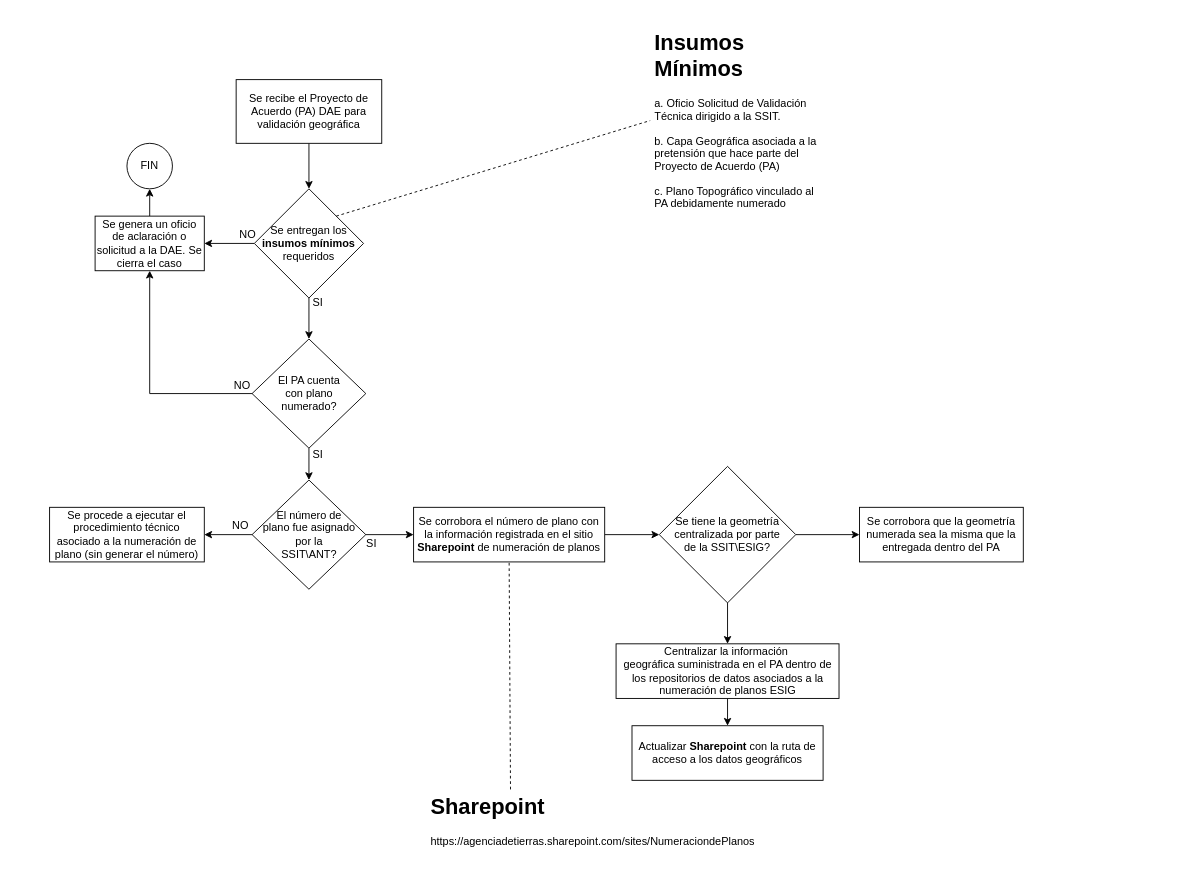
rjsaby/FlujoProcesos keeps this draw.io diagram as FPValidacionProyectosAcuerdo.drawio. Above is the earlier version. Source tidied: cells renumbered, new cells numbered last; positions are measured from the earlier drawing's top-left corner, leaving out a move shared by most shapes. Both pictures are drawn from the tidied source at 91%, with x=0, y=0 at pixel (49, 25).
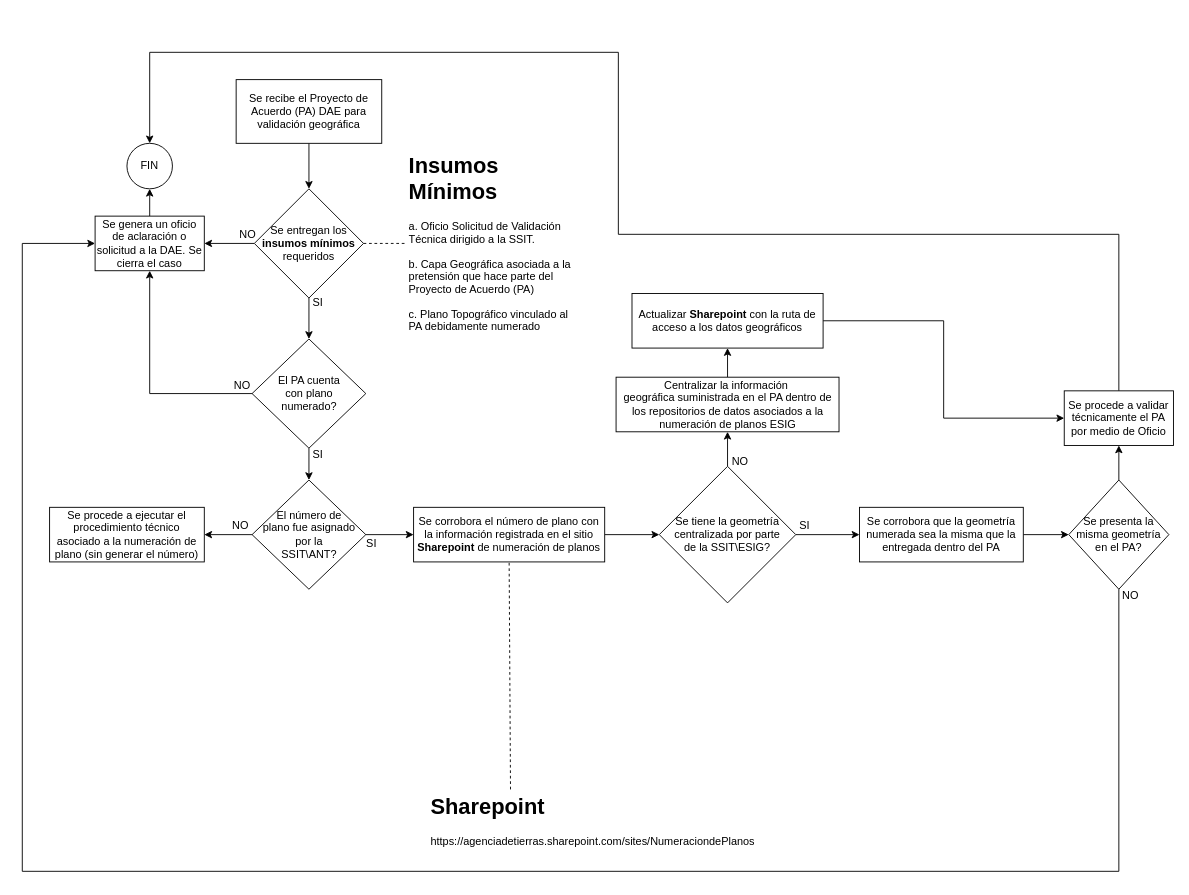
After the change.

Unchanged cells that the change refers to:
```xml
<mxCell id="6" value="Se entregan los &lt;b&gt;insumos mínimos &lt;/b&gt;requeridos" style="rhombus;whiteSpace=wrap;html=1;" parent="1" vertex="1">
  <mxGeometry x="225" y="180" width="120" height="120" as="geometry" />
</mxCell>
<mxCell id="8" value="Se genera un oficio de aclaración o solicitud a la DAE. Se cierra el caso" style="rounded=0;whiteSpace=wrap;html=1;" parent="1" vertex="1">
  <mxGeometry x="50" y="210" width="120" height="60" as="geometry" />
</mxCell>
<mxCell id="9" value="FIN" style="ellipse;whiteSpace=wrap;html=1;" parent="1" vertex="1">
  <mxGeometry x="85" y="130" width="50" height="50" as="geometry" />
</mxCell>
<mxCell id="31" value="Se tiene la geometría centralizada por parte &lt;br&gt;de la SSIT\ESIG?" style="rhombus;whiteSpace=wrap;html=1;" parent="1" vertex="1">
  <mxGeometry x="670" y="485" width="150" height="150" as="geometry" />
</mxCell>
<mxCell id="35" value="Se corrobora que la geometría numerada sea la misma que la entregada dentro del PA" style="rounded=0;whiteSpace=wrap;html=1;" parent="1" vertex="1">
  <mxGeometry x="890" y="530" width="180" height="60" as="geometry" />
</mxCell>
```

Change to the diagram source:
```diff
@@
     <mxCell id="11" value="&lt;h1&gt;Insumos Mínimos&lt;/h1&gt;&lt;p&gt;a. Oficio Solicitud de Validación Técnica dirigido a la SSIT.&lt;/p&gt;&lt;p&gt;b. Capa Geográfica asociada a la pretensión que hace parte del Proyecto de Acuerdo (PA)&lt;/p&gt;&lt;p&gt;c. Plano Topográfico vinculado al PA debidamente numerado&lt;/p&gt;" style="text;html=1;strokeColor=none;fillColor=none;spacing=5;spacingTop=-20;whiteSpace=wrap;overflow=hidden;rounded=0;" parent="1" vertex="1">
-      <mxGeometry x="660" width="190" height="210" as="geometry" />
+      <mxGeometry x="390" y="135" width="190" height="210" as="geometry" />
     </mxCell>
-    <mxCell id="12" style="endArrow=none;dashed=1;html=1;entryX=0;entryY=0.5;entryDx=0;entryDy=0;" parent="1" edge="1" target="11">
-      <mxGeometry relative="1" as="geometry">
-        <mxPoint x="315" y="210" as="sourcePoint" />
-      </mxGeometry>
+    <mxCell id="12" style="endArrow=none;dashed=1;html=1;entryX=0;entryY=0.5;entryDx=0;entryDy=0;exitX=1;exitY=0.5;exitDx=0;exitDy=0;" parent="1" edge="1" source="6" target="11">
+      <mxGeometry relative="1" as="geometry" />
     </mxCell>
@@
+    <mxCell id="30" style="edgeStyle=orthogonalEdgeStyle;rounded=0;jettySize=auto;html=1;entryX=0;entryY=0.5;entryDx=0;entryDy=0;" parent="1" edge="1" source="31" target="35">
+      <mxGeometry relative="1" as="geometry" />
+    </mxCell>
-    <mxCell id="29" style="edgeStyle=orthogonalEdgeStyle;rounded=0;jettySize=auto;html=1;entryX=0.5;entryY=0;entryDx=0;entryDy=0;" parent="1" edge="1" source="31" target="33">
+    <mxCell id="29" style="edgeStyle=orthogonalEdgeStyle;rounded=0;jettySize=auto;html=1;exitX=0.5;exitY=0;exitDx=0;exitDy=0;entryX=0.5;entryY=1;entryDx=0;entryDy=0;" parent="1" edge="1" source="31" target="33">
       <mxGeometry relative="1" as="geometry" />
     </mxCell>
-    <mxCell id="30" style="edgeStyle=orthogonalEdgeStyle;rounded=0;jettySize=auto;html=1;entryX=0;entryY=0.5;entryDx=0;entryDy=0;" parent="1" edge="1" source="31" target="35">
-      <mxGeometry relative="1" as="geometry" />
-    </mxCell>
@@
-    <mxCell id="32" style="edgeStyle=orthogonalEdgeStyle;rounded=0;jettySize=auto;html=1;exitX=0.5;exitY=1;exitDx=0;exitDy=0;entryX=0.5;entryY=0;entryDx=0;entryDy=0;" parent="1" edge="1" source="33" target="34">
+    <mxCell id="32" style="edgeStyle=orthogonalEdgeStyle;rounded=0;jettySize=auto;html=1;exitX=0.5;exitY=0;exitDx=0;exitDy=0;entryX=0.5;entryY=1;entryDx=0;entryDy=0;" parent="1" edge="1" source="33" target="34">
       <mxGeometry relative="1" as="geometry" />
     </mxCell>
     <mxCell id="33" value="Centralizar la información&amp;nbsp;&lt;br&gt;geográfica suministrada en el PA dentro de los repositorios de datos asociados a la numeración de planos ESIG" style="rounded=0;whiteSpace=wrap;html=1;" parent="1" vertex="1">
-      <mxGeometry x="622.5" y="680" width="245" height="60" as="geometry" />
+      <mxGeometry x="622.5" y="387" width="245" height="60" as="geometry" />
     </mxCell>
+    <mxCell id="36" style="edgeStyle=orthogonalEdgeStyle;rounded=0;jettySize=auto;html=1;entryX=0;entryY=0.5;entryDx=0;entryDy=0;" parent="1" edge="1" source="34" target="45">
+      <mxGeometry relative="1" as="geometry" />
+    </mxCell>
     <mxCell id="34" value="Actualizar &lt;b&gt;Sharepoint&lt;/b&gt; con la ruta de acceso a los datos geográficos" style="rounded=0;whiteSpace=wrap;html=1;" parent="1" vertex="1">
-      <mxGeometry x="640" y="770" width="210" height="60" as="geometry" />
+      <mxGeometry x="640" y="295" width="210" height="60" as="geometry" />
     </mxCell>
+    <mxCell id="37" style="edgeStyle=orthogonalEdgeStyle;rounded=0;jettySize=auto;html=1;exitX=1;exitY=0.5;exitDx=0;exitDy=0;entryX=0;entryY=0.5;entryDx=0;entryDy=0;" parent="1" edge="1" source="35" target="40">
+      <mxGeometry relative="1" as="geometry" />
+    </mxCell>
@@
+    <mxCell id="38" style="edgeStyle=orthogonalEdgeStyle;rounded=0;jettySize=auto;html=1;entryX=0;entryY=0.5;entryDx=0;entryDy=0;" parent="1" edge="1" source="40" target="8">
+      <mxGeometry relative="1" as="geometry">
+        <Array as="points">
+          <mxPoint x="1175" y="930" />
+          <mxPoint x="-30" y="930" />
+          <mxPoint x="-30" y="240" />
+        </Array>
+      </mxGeometry>
+    </mxCell>
+    <mxCell id="39" style="edgeStyle=orthogonalEdgeStyle;rounded=0;jettySize=auto;html=1;exitX=0.5;exitY=0;exitDx=0;exitDy=0;entryX=0.5;entryY=1;entryDx=0;entryDy=0;" parent="1" edge="1" source="40" target="45">
+      <mxGeometry relative="1" as="geometry" />
+    </mxCell>
+    <mxCell id="40" value="Se presenta la misma geometría en el PA?" style="rhombus;whiteSpace=wrap;html=1;" parent="1" vertex="1">
+      <mxGeometry x="1120" y="500" width="110" height="120" as="geometry" />
+    </mxCell>
+    <mxCell id="41" value="NO" style="text;html=1;strokeColor=none;fillColor=none;align=center;verticalAlign=middle;whiteSpace=wrap;rounded=0;" parent="1" vertex="1">
+      <mxGeometry x="739" y="470" width="40" height="20" as="geometry" />
+    </mxCell>
+    <mxCell id="42" value="SI" style="text;html=1;strokeColor=none;fillColor=none;align=center;verticalAlign=middle;whiteSpace=wrap;rounded=0;" parent="1" vertex="1">
+      <mxGeometry x="810" y="540" width="40" height="20" as="geometry" />
+    </mxCell>
+    <mxCell id="43" value="NO" style="text;html=1;strokeColor=none;fillColor=none;align=center;verticalAlign=middle;whiteSpace=wrap;rounded=0;" parent="1" vertex="1">
+      <mxGeometry x="1168" y="617" width="40" height="20" as="geometry" />
+    </mxCell>
+    <mxCell id="44" style="edgeStyle=orthogonalEdgeStyle;rounded=0;jettySize=auto;html=1;entryX=0.5;entryY=0;entryDx=0;entryDy=0;" parent="1" edge="1" source="45" target="9">
+      <mxGeometry relative="1" as="geometry">
+        <Array as="points">
+          <mxPoint x="1175" y="230" />
+          <mxPoint x="625" y="230" />
+          <mxPoint x="625" y="30" />
+          <mxPoint x="110" y="30" />
+        </Array>
+      </mxGeometry>
+    </mxCell>
+    <mxCell id="45" value="Se procede a validar técnicamente el PA por medio de Oficio" style="rounded=0;whiteSpace=wrap;html=1;" parent="1" vertex="1">
+      <mxGeometry x="1115" y="402" width="120" height="60" as="geometry" />
+    </mxCell>
```
